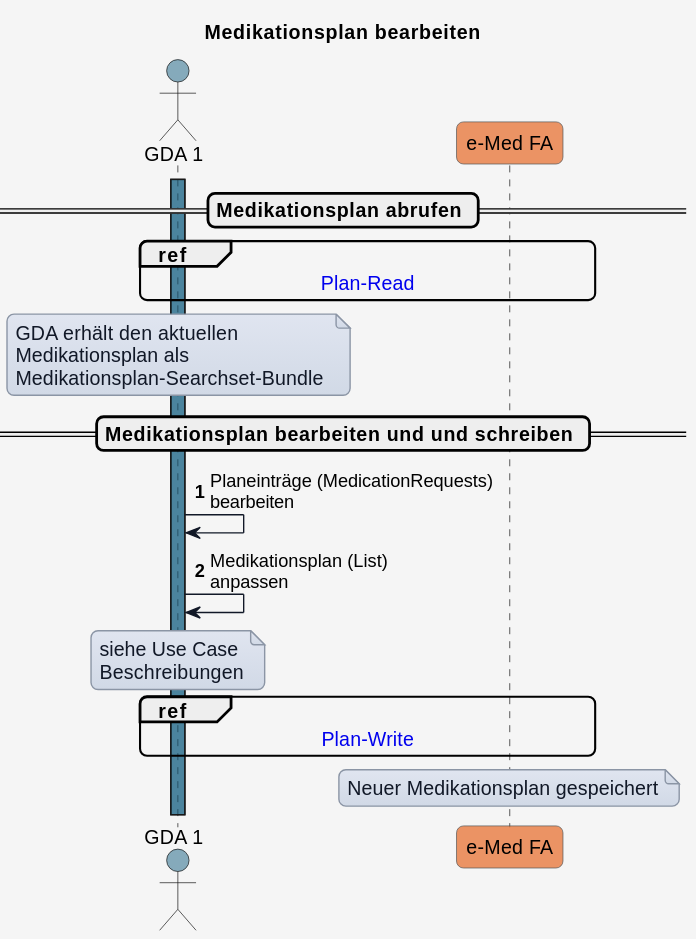
This is input/images/plantuml/UC_eMed_02_02.svg from HL7Austria/ELGA-e-Medikation-R4, a PlantUML export, as it was before one commit.
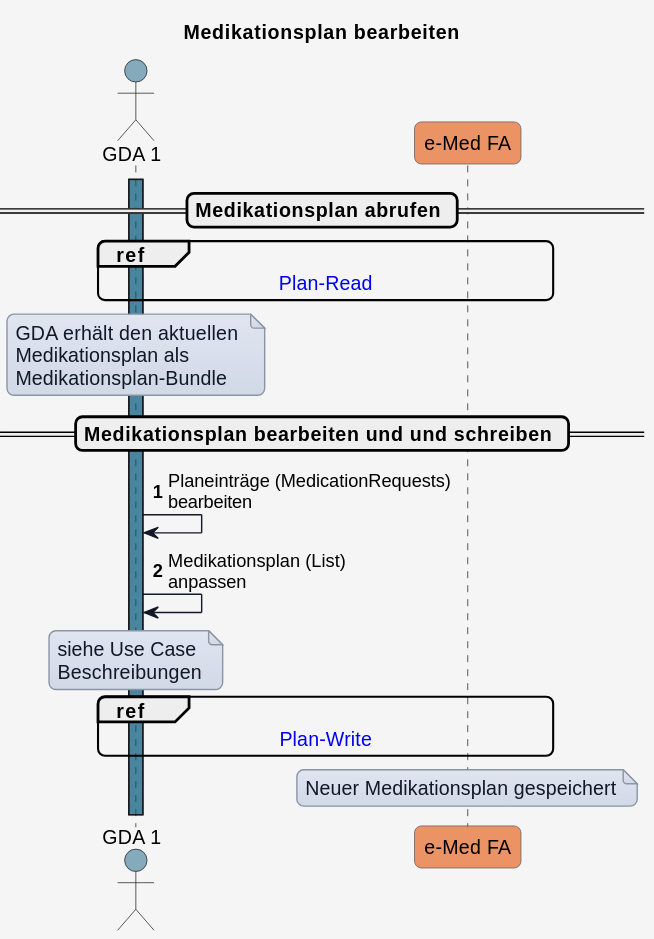
The same file after the commit.

Change to the diagram source:
```diff
@@ -64,7 +64,7 @@
 note over GDA_1
 GDA erhält den aktuellen
 Medikationsplan als
-Medikationsplan-Searchset-Bundle
+Medikationsplan-Bundle
 end note
 
 == Medikationsplan bearbeiten und und schreiben ==
```
